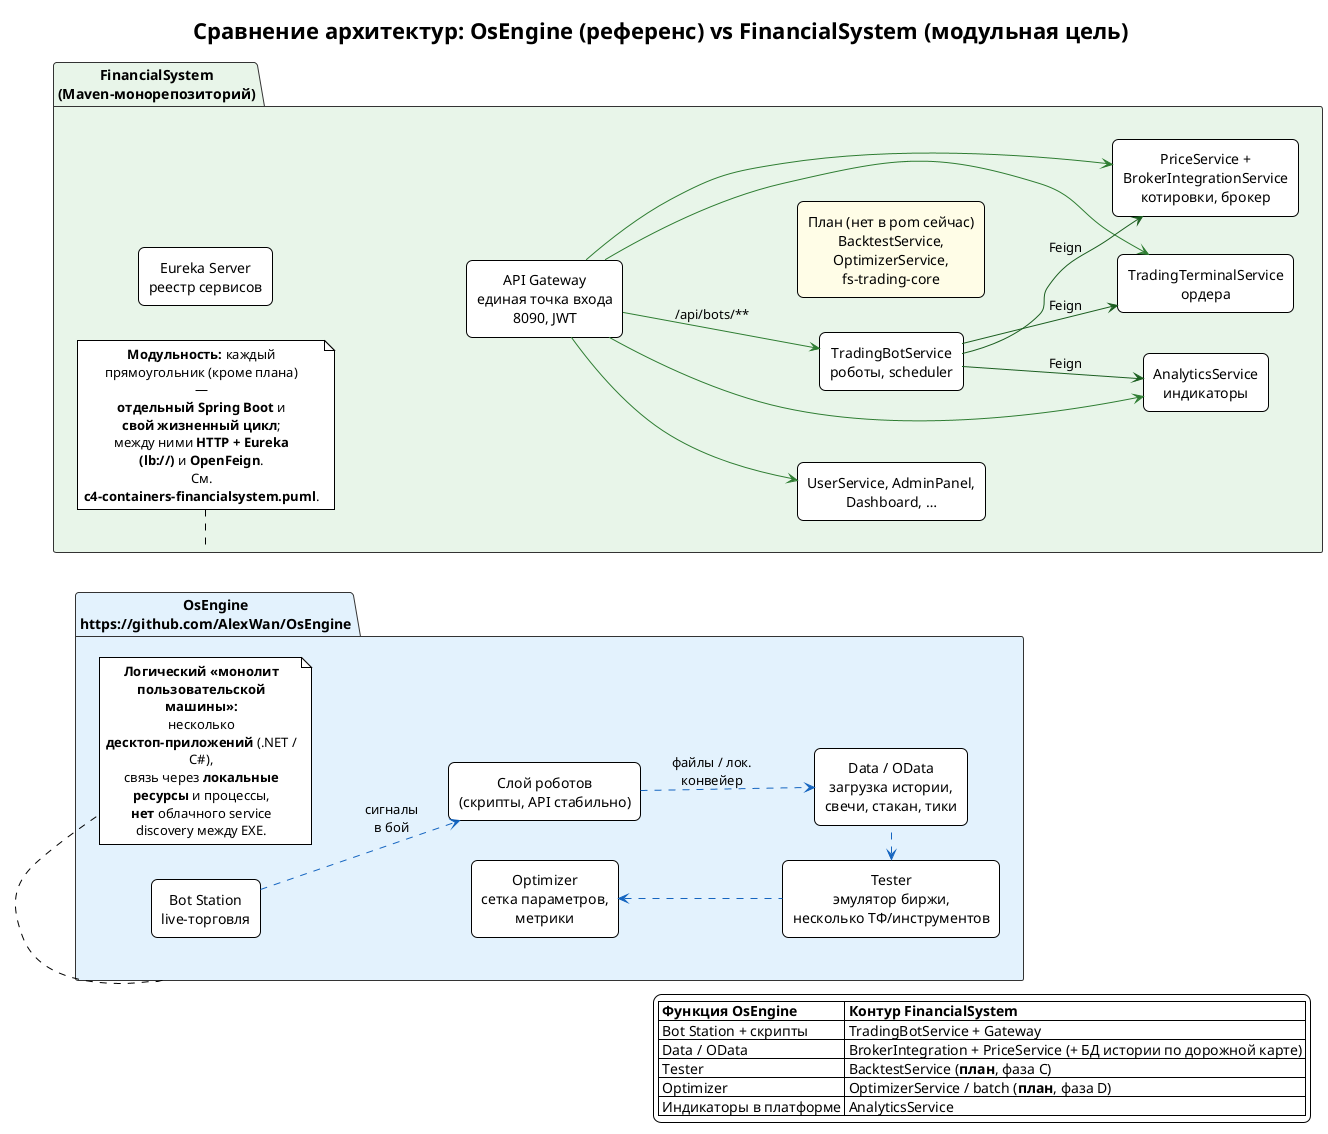
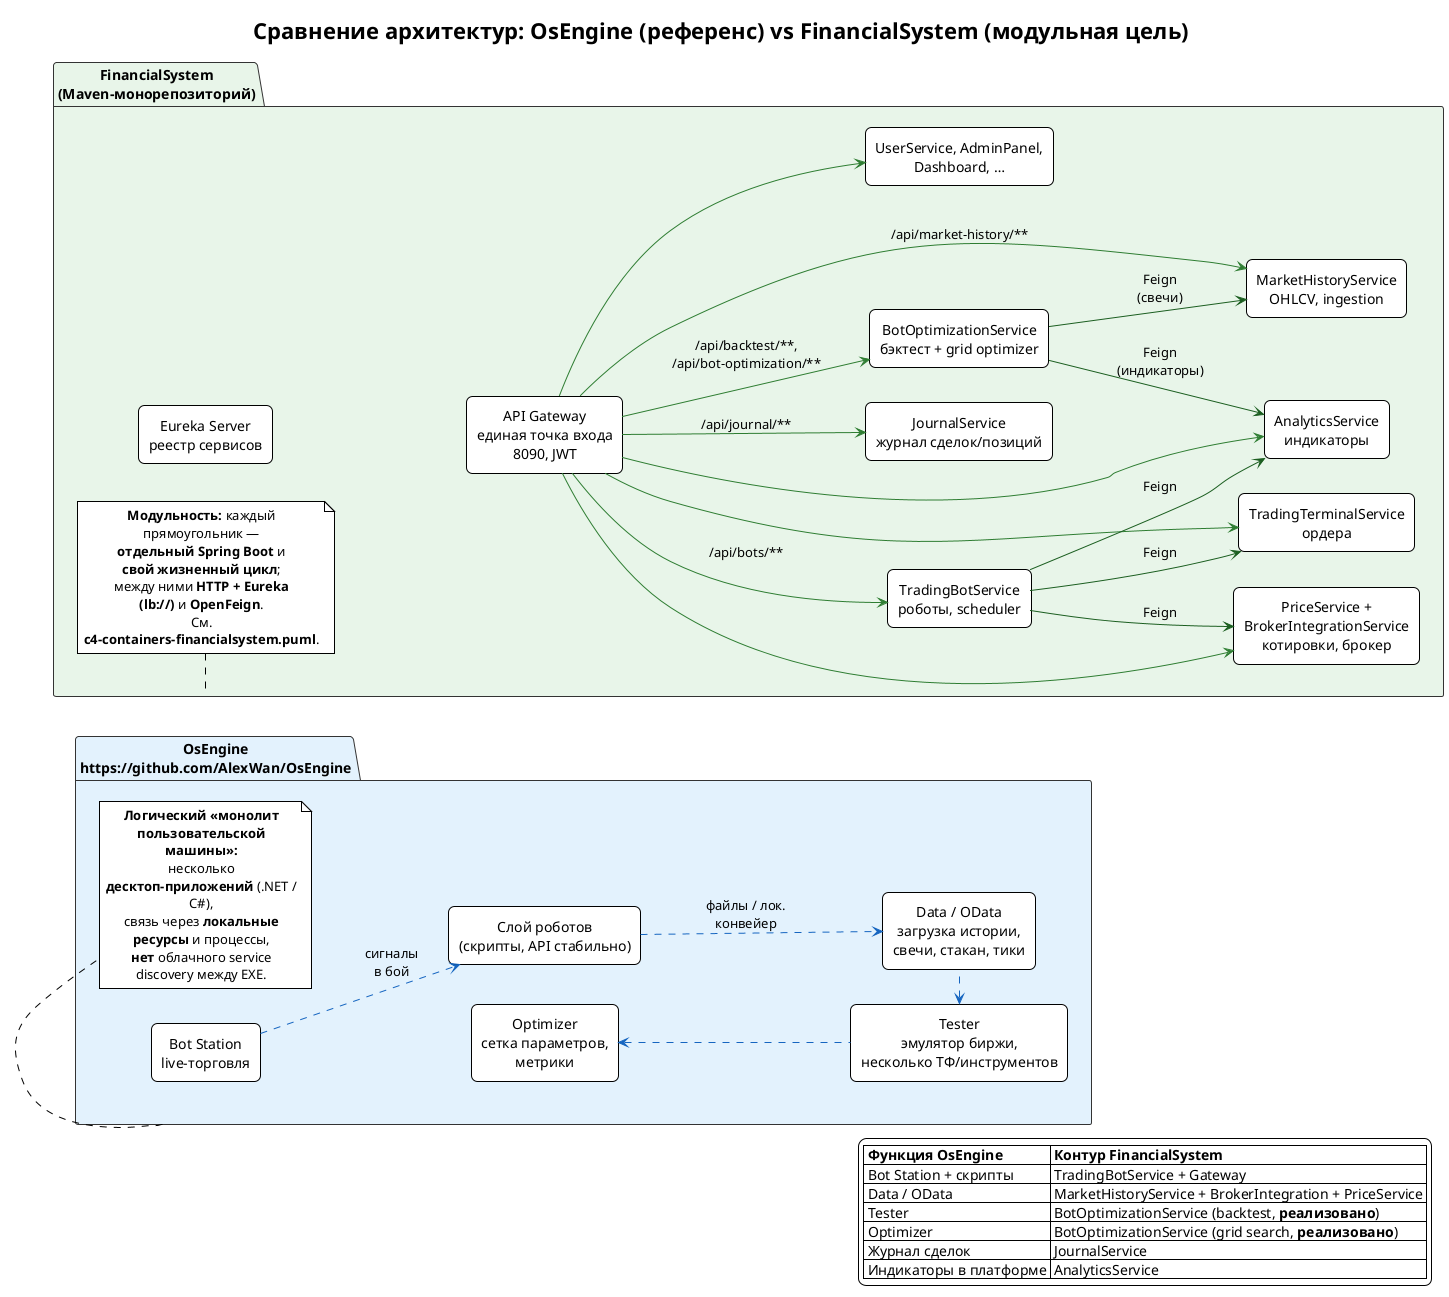
@startuml osengine-vs-financialsystem
' Сравнение логической модели OsEngine (десктопный комплект) и FinancialSystem (распределённые контейнеры).
' Не C4 уровня Context/Container одной системы — намеренно «две колонки» для стейкхолдеров.
' Правило 033: без Level 4 (классы); ссылка на детали: c4-containers-financialsystem.puml

!theme plain
title Сравнение архитектур: OsEngine (референс) vs FinancialSystem (модульная цель)

skinparam defaultTextAlignment center
skinparam wrapWidth 200
skinparam rectangle {
  roundCorner 12
  shadowing false
}
skinparam package {
  borderColor #333333
  fontStyle bold
}

left to right direction

package "OsEngine\nhttps://github.com/AlexWan/OsEngine" as P_OS #E3F2FD {
  rectangle "Слой роботов\n(скрипты, API стабильно)" as OSBots
  rectangle "Data / OData\nзагрузка истории,\nсвечи, стакан, тики" as OSData
  rectangle "Tester\nэмулятор биржи,\nнесколько ТФ/инструментов" as OSTest
  rectangle "Optimizer\nсетка параметров,\nметрики" as OSOpt
  rectangle "Bot Station\nlive-торговля" as OSStation

  OSBots -[dashed,#1565C0]down-> OSData : файлы / лок.\nконвейер
  OSData -[dashed,#1565C0]left-> OSTest
  OSTest -[dashed,#1565C0]up-> OSOpt
  OSStation -[dashed,#1565C0]down-> OSBots : сигналы\nв бой

  note bottom of P_OS
    **Логический «монолит пользовательской машины»:**
    несколько **десктоп-приложений** (.NET / C#),
    связь через **локальные ресурсы** и процессы,
    **нет** облачного service discovery между EXE.
  end note
}

package "FinancialSystem\n(Maven-монорепозиторий)" as P_FS #E8F5E9 {
  rectangle "Eureka Server\nреестр сервисов" as FSEur
  rectangle "API Gateway\nединая точка входа\n8090, JWT" as FSGW
  rectangle "TradingBotService\nроботы, scheduler" as FSBot
  rectangle "PriceService +\nBrokerIntegrationService\nкотировки, брокер" as FSMarket
+   rectangle "MarketHistoryService\nOHLCV, ingestion" as FSHist
  rectangle "TradingTerminalService\nордера" as FSTerm
+   rectangle "JournalService\nжурнал сделок/позиций" as FSJournal
  rectangle "AnalyticsService\nиндикаторы" as FSAn
+   rectangle "BotOptimizationService\nбэктест + grid optimizer" as FSOpt
  rectangle "UserService, AdminPanel,\nDashboard, …" as FSOther
- 
-   rectangle "План (нет в pom сейчас)\nBacktestService,\nOptimizerService,\nfs-trading-core" as FSFuture #FFFDE7

  FSEur -[hidden]down- FSGW
  FSGW -[#2E7D32]down-> FSBot : /api/bots/**
  FSGW -[#2E7D32]down-> FSMarket
+   FSGW -[#2E7D32]down-> FSHist : /api/market-history/**
  FSGW -[#2E7D32]down-> FSTerm
+   FSGW -[#2E7D32]down-> FSJournal : /api/journal/**
  FSGW -[#2E7D32]down-> FSAn
+   FSGW -[#2E7D32]down-> FSOpt : /api/backtest/**,\n/api/bot-optimization/**
  FSGW -[#2E7D32]down-> FSOther
  FSBot -[#1B5E20]down-> FSAn : Feign
  FSBot -[#1B5E20]down-> FSMarket : Feign
  FSBot -[#1B5E20]down-> FSTerm : Feign
-   FSBot -[hidden]right- FSFuture
+   FSOpt -[#1B5E20]down-> FSHist : Feign\n(свечи)
+   FSOpt -[#1B5E20]down-> FSAn : Feign\n(индикаторы)

  note bottom of P_FS
-     **Модульность:** каждый прямоугольник (кроме плана) —
+     **Модульность:** каждый прямоугольник —
    **отдельный Spring Boot** и **свой жизненный цикл**;
    между ними **HTTP + Eureka (lb://)** и **OpenFeign**.
    См. **c4-containers-financialsystem.puml**.
  end note
}

P_OS -[hidden]right- P_FS

legend right
  |= Функция OsEngine |= Контур FinancialSystem |
  | Bot Station + скрипты | TradingBotService + Gateway |
-   | Data / OData | BrokerIntegration + PriceService (+ БД истории по дорожной карте) |
-   | Tester | BacktestService (**план**, фаза C) |
-   | Optimizer | OptimizerService / batch (**план**, фаза D) |
+   | Data / OData | MarketHistoryService + BrokerIntegration + PriceService |
+   | Tester | BotOptimizationService (backtest, **реализовано**) |
+   | Optimizer | BotOptimizationService (grid search, **реализовано**) |
+   | Журнал сделок | JournalService |
  | Индикаторы в платформе | AnalyticsService |
endlegend

@enduml
